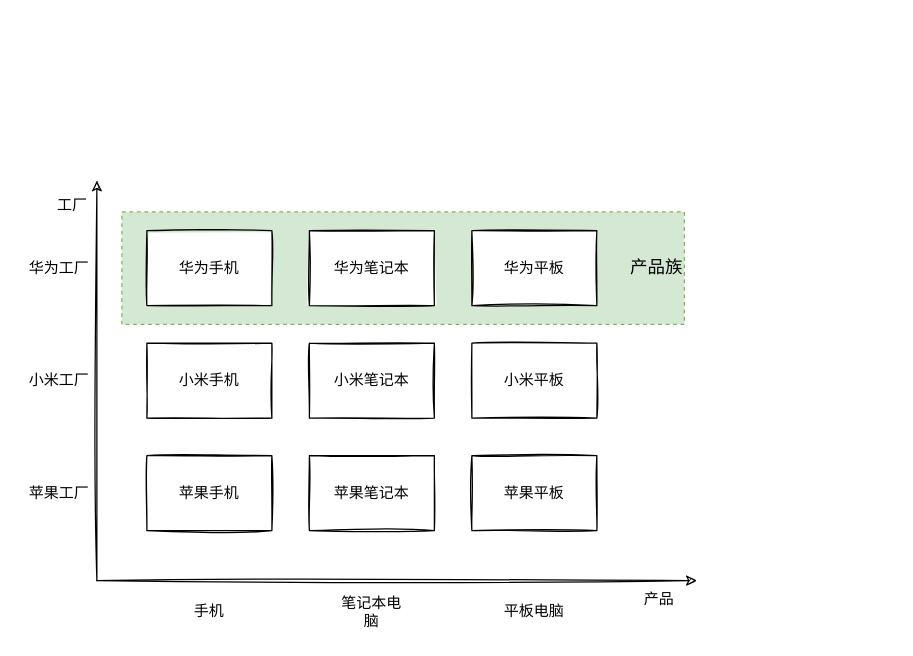
This is 抽象工厂模式-产品族.drawio from beiyoufx/diagrams-design, a draw.io file, before an edit. Source tidied: cells renumbered, new cells numbered last; positions are measured from the earlier drawing's top-left corner, leaving out a move shared by most shapes. Both pictures are drawn from the tidied source at 125%, with x=0, y=0 at pixel (21, 180).
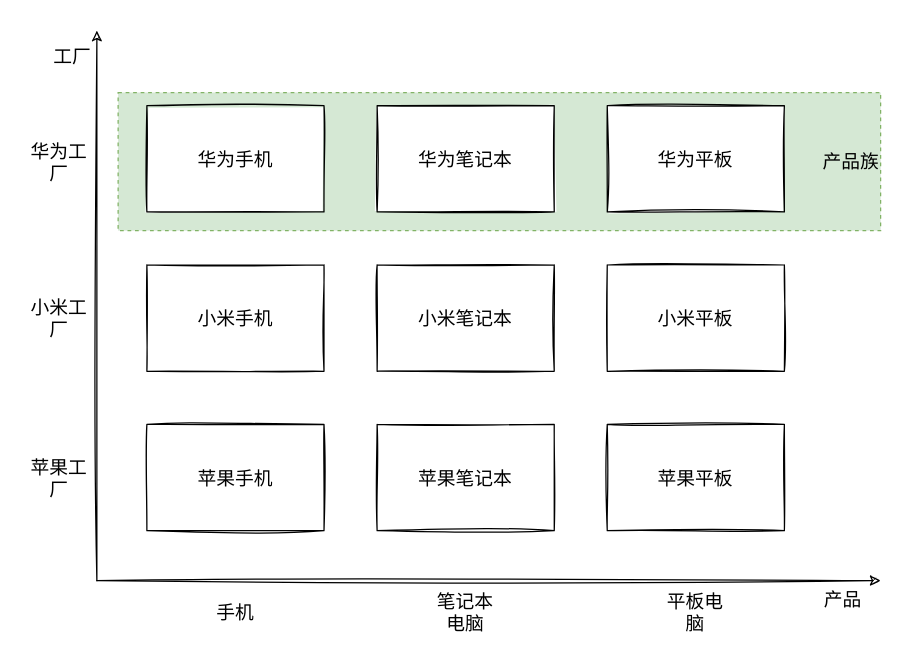
After the change.

Commit message (it also covers changes not shown here):
更新抽象工厂模式-产品族.drawio

The edit, as a diff of the source:
```diff
@@
-    <mxCell id="2" value="产品族" style="rounded=0;html=1;sketch=0;fontFamily=Comic Sans MS;fontSize=14;shadow=0;fillColor=#d5e8d4;dashed=1;strokeColor=#82b366;align=right;" parent="1" vertex="1">
-      <mxGeometry x="80" y="25" width="450" height="90" as="geometry" />
+    <mxCell id="2" value="产品族" style="rounded=0;html=1;sketch=0;fontFamily=Comic Sans MS;fontSize=15;shadow=0;fillColor=#d5e8d4;dashed=1;strokeColor=#82b366;align=right;" parent="1" vertex="1">
+      <mxGeometry x="77" y="-70.5" width="610" height="110.5" as="geometry" />
     </mxCell>
-    <mxCell id="3" style="endArrow=classic;html=1;rounded=0;sketch=1;" parent="1" edge="1">
+    <mxCell id="3" style="endArrow=classic;html=1;rounded=0;sketch=1;fontSize=15;" parent="1" edge="1">
       <mxGeometry relative="1" as="geometry">
         <mxPoint x="60" y="320" as="sourcePoint" />
-        <mxPoint x="60" as="targetPoint" />
+        <mxPoint x="60" y="-120" as="targetPoint" />
       </mxGeometry>
     </mxCell>
-    <mxCell id="4" style="endArrow=classic;html=1;rounded=0;sketch=1;" parent="1" edge="1">
+    <mxCell id="4" style="endArrow=classic;html=1;rounded=0;sketch=1;fontSize=15;" parent="1" edge="1">
       <mxGeometry relative="1" as="geometry">
         <mxPoint x="60" y="320" as="sourcePoint" />
-        <mxPoint x="540" y="320" as="targetPoint" />
+        <mxPoint x="687" y="320" as="targetPoint" />
       </mxGeometry>
     </mxCell>
-    <mxCell id="5" value="工厂" style="text;html=1;align=center;verticalAlign=middle;strokeColor=none;fillColor=none;sketch=1;" parent="1" vertex="1">
-      <mxGeometry x="20" y="10" width="40" height="20" as="geometry" />
+    <mxCell id="5" value="工厂" style="text;html=1;align=center;verticalAlign=middle;strokeColor=none;fillColor=none;sketch=1;fontSize=15;" parent="1" vertex="1">
+      <mxGeometry x="15" y="-110" width="50" height="20" as="geometry" />
     </mxCell>
-    <mxCell id="6" value="产品" style="text;html=1;strokeColor=none;fillColor=none;align=center;verticalAlign=middle;whiteSpace=wrap;rounded=0;sketch=1;" parent="1" vertex="1">
-      <mxGeometry x="480" y="320" width="60" height="30" as="geometry" />
+    <mxCell id="6" value="产品" style="text;html=1;strokeColor=none;fillColor=none;align=center;verticalAlign=middle;whiteSpace=wrap;rounded=0;sketch=1;fontSize=15;" parent="1" vertex="1">
+      <mxGeometry x="627" y="320" width="60" height="30" as="geometry" />
     </mxCell>
+    <mxCell id="16" value="华为工厂" style="text;html=1;strokeColor=none;fillColor=none;align=center;verticalAlign=middle;whiteSpace=wrap;rounded=0;sketch=1;fontSize=15;" parent="1" vertex="1">
+      <mxGeometry y="-30.2" width="60" height="30" as="geometry" />
+    </mxCell>
+    <mxCell id="17" value="小米工厂" style="text;html=1;strokeColor=none;fillColor=none;align=center;verticalAlign=middle;whiteSpace=wrap;rounded=0;sketch=1;fontSize=15;" parent="1" vertex="1">
+      <mxGeometry y="95" width="60" height="30" as="geometry" />
+    </mxCell>
+    <mxCell id="18" value="苹果工厂" style="text;html=1;strokeColor=none;fillColor=none;align=center;verticalAlign=middle;whiteSpace=wrap;rounded=0;sketch=1;fontSize=15;" parent="1" vertex="1">
+      <mxGeometry y="222.5" width="60" height="30" as="geometry" />
+    </mxCell>
+    <mxCell id="19" value="手机" style="text;html=1;strokeColor=none;fillColor=none;align=center;verticalAlign=middle;whiteSpace=wrap;rounded=0;sketch=1;fontSize=15;" parent="1" vertex="1">
+      <mxGeometry x="140.8" y="330" width="60" height="30" as="geometry" />
+    </mxCell>
+    <mxCell id="20" value="笔记本电脑" style="text;html=1;strokeColor=none;fillColor=none;align=center;verticalAlign=middle;whiteSpace=wrap;rounded=0;sketch=1;fontSize=15;" parent="1" vertex="1">
+      <mxGeometry x="325" y="330" width="60" height="30" as="geometry" />
+    </mxCell>
+    <mxCell id="21" value="平板电脑" style="text;html=1;strokeColor=none;fillColor=none;align=center;verticalAlign=middle;whiteSpace=wrap;rounded=0;sketch=1;fontSize=15;" parent="1" vertex="1">
+      <mxGeometry x="509.2" y="330" width="60" height="30" as="geometry" />
+    </mxCell>
-    <mxCell id="7" value="华为手机" style="rounded=0;whiteSpace=wrap;html=1;sketch=1;" parent="1" vertex="1">
-      <mxGeometry x="100" y="40" width="100" height="60" as="geometry" />
+    <mxCell id="7" value="华为手机" style="rounded=0;whiteSpace=wrap;html=1;sketch=1;fontSize=15;" parent="1" vertex="1">
+      <mxGeometry x="100" y="-60" width="141.7" height="85" as="geometry" />
     </mxCell>
-    <mxCell id="8" value="小米手机" style="rounded=0;whiteSpace=wrap;html=1;sketch=1;" parent="1" vertex="1">
-      <mxGeometry x="100" y="130" width="100" height="60" as="geometry" />
+    <mxCell id="8" value="小米手机" style="rounded=0;whiteSpace=wrap;html=1;sketch=1;fontSize=15;" parent="1" vertex="1">
+      <mxGeometry x="100" y="67.5" width="141.7" height="85" as="geometry" />
     </mxCell>
-    <mxCell id="9" value="苹果手机" style="rounded=0;whiteSpace=wrap;html=1;sketch=1;" parent="1" vertex="1">
-      <mxGeometry x="100" y="220" width="100" height="60" as="geometry" />
+    <mxCell id="9" value="苹果手机" style="rounded=0;whiteSpace=wrap;html=1;sketch=1;fontSize=15;" parent="1" vertex="1">
+      <mxGeometry x="100" y="195" width="141.7" height="85" as="geometry" />
     </mxCell>
-    <mxCell id="10" value="华为笔记本" style="rounded=0;whiteSpace=wrap;html=1;sketch=1;" parent="1" vertex="1">
-      <mxGeometry x="230" y="40" width="100" height="60" as="geometry" />
+    <mxCell id="10" value="华为笔记本" style="rounded=0;whiteSpace=wrap;html=1;sketch=1;fontSize=15;" parent="1" vertex="1">
+      <mxGeometry x="284.2" y="-60" width="141.7" height="85" as="geometry" />
     </mxCell>
-    <mxCell id="11" value="小米笔记本" style="rounded=0;whiteSpace=wrap;html=1;sketch=1;" parent="1" vertex="1">
-      <mxGeometry x="230" y="130" width="100" height="60" as="geometry" />
+    <mxCell id="11" value="小米笔记本" style="rounded=0;whiteSpace=wrap;html=1;sketch=1;fontSize=15;" parent="1" vertex="1">
+      <mxGeometry x="284.2" y="67.5" width="141.7" height="85" as="geometry" />
     </mxCell>
-    <mxCell id="12" value="苹果笔记本" style="rounded=0;whiteSpace=wrap;html=1;sketch=1;" parent="1" vertex="1">
-      <mxGeometry x="230" y="220" width="100" height="60" as="geometry" />
+    <mxCell id="12" value="苹果笔记本" style="rounded=0;whiteSpace=wrap;html=1;sketch=1;fontSize=15;" parent="1" vertex="1">
+      <mxGeometry x="284.2" y="195" width="141.7" height="85" as="geometry" />
     </mxCell>
-    <mxCell id="13" value="华为平板" style="rounded=0;whiteSpace=wrap;html=1;sketch=1;" parent="1" vertex="1">
-      <mxGeometry x="360" y="40" width="100" height="60" as="geometry" />
+    <mxCell id="13" value="华为平板" style="rounded=0;whiteSpace=wrap;html=1;sketch=1;fontSize=15;" parent="1" vertex="1">
+      <mxGeometry x="468.3" y="-60" width="141.7" height="85" as="geometry" />
     </mxCell>
-    <mxCell id="14" value="小米平板" style="rounded=0;whiteSpace=wrap;html=1;sketch=1;" parent="1" vertex="1">
-      <mxGeometry x="360" y="130" width="100" height="60" as="geometry" />
+    <mxCell id="14" value="小米平板" style="rounded=0;whiteSpace=wrap;html=1;sketch=1;fontSize=15;" parent="1" vertex="1">
+      <mxGeometry x="468.3" y="67.5" width="141.7" height="85" as="geometry" />
     </mxCell>
-    <mxCell id="15" value="苹果平板" style="rounded=0;whiteSpace=wrap;html=1;sketch=1;" parent="1" vertex="1">
-      <mxGeometry x="360" y="220" width="100" height="60" as="geometry" />
+    <mxCell id="15" value="苹果平板" style="rounded=0;whiteSpace=wrap;html=1;sketch=1;fontSize=15;" parent="1" vertex="1">
+      <mxGeometry x="468.3" y="195" width="141.7" height="85" as="geometry" />
     </mxCell>
-    <mxCell id="16" value="华为工厂" style="text;html=1;strokeColor=none;fillColor=none;align=center;verticalAlign=middle;whiteSpace=wrap;rounded=0;sketch=1;" parent="1" vertex="1">
-      <mxGeometry y="55" width="60" height="30" as="geometry" />
-    </mxCell>
-    <mxCell id="17" value="小米工厂" style="text;html=1;strokeColor=none;fillColor=none;align=center;verticalAlign=middle;whiteSpace=wrap;rounded=0;sketch=1;" parent="1" vertex="1">
-      <mxGeometry y="145" width="60" height="30" as="geometry" />
-    </mxCell>
-    <mxCell id="18" value="苹果工厂" style="text;html=1;strokeColor=none;fillColor=none;align=center;verticalAlign=middle;whiteSpace=wrap;rounded=0;sketch=1;" parent="1" vertex="1">
-      <mxGeometry y="235" width="60" height="30" as="geometry" />
-    </mxCell>
-    <mxCell id="19" value="手机" style="text;html=1;strokeColor=none;fillColor=none;align=center;verticalAlign=middle;whiteSpace=wrap;rounded=0;sketch=1;" parent="1" vertex="1">
-      <mxGeometry x="120" y="330" width="60" height="30" as="geometry" />
-    </mxCell>
-    <mxCell id="20" value="笔记本电脑" style="text;html=1;strokeColor=none;fillColor=none;align=center;verticalAlign=middle;whiteSpace=wrap;rounded=0;sketch=1;" parent="1" vertex="1">
-      <mxGeometry x="250" y="330" width="60" height="30" as="geometry" />
-    </mxCell>
-    <mxCell id="21" value="平板电脑" style="text;html=1;strokeColor=none;fillColor=none;align=center;verticalAlign=middle;whiteSpace=wrap;rounded=0;sketch=1;" parent="1" vertex="1">
-      <mxGeometry x="380" y="330" width="60" height="30" as="geometry" />
-    </mxCell>
```
